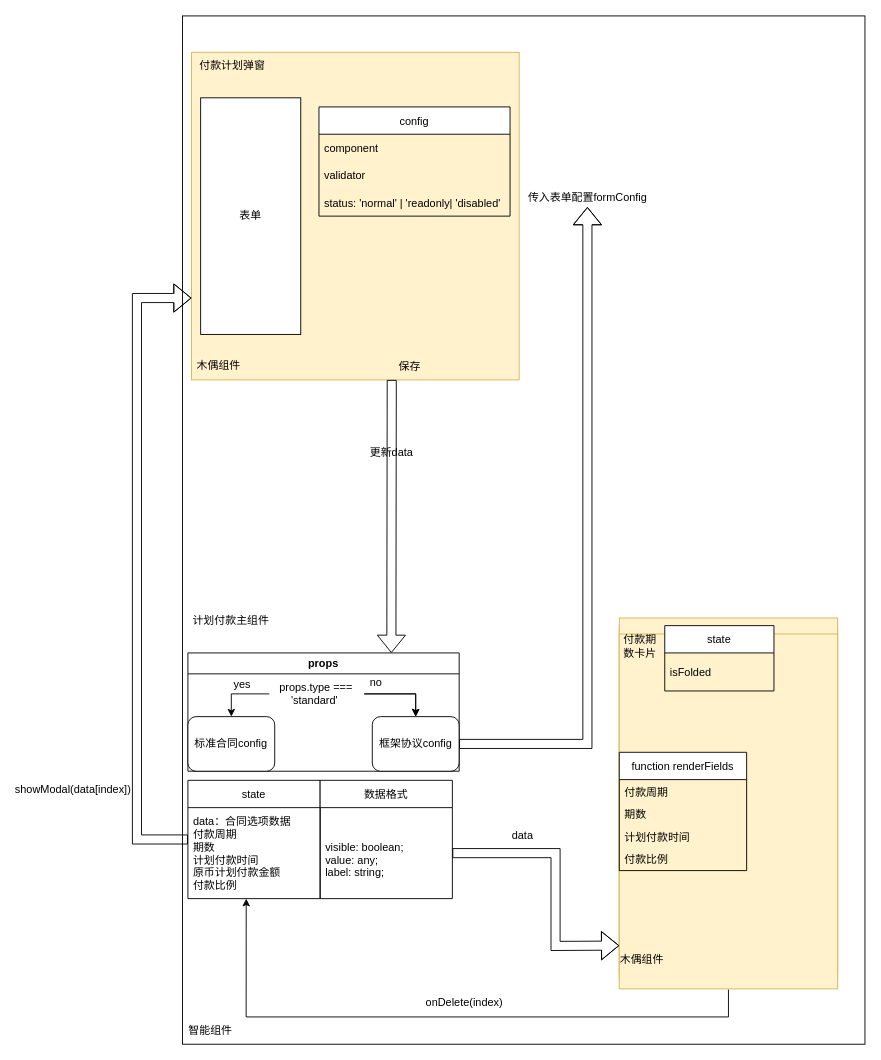
Earlier version of the draw.io diagram Untitled Diagram.drawio (littlelady2015/yctea). Source tidied: cells renumbered, new cells numbered last; positions are measured from the earlier drawing's top-left corner, leaving out a move shared by most shapes. Both pictures are drawn from the tidied source at 91%, with x=0, y=0 at pixel (46, 15).
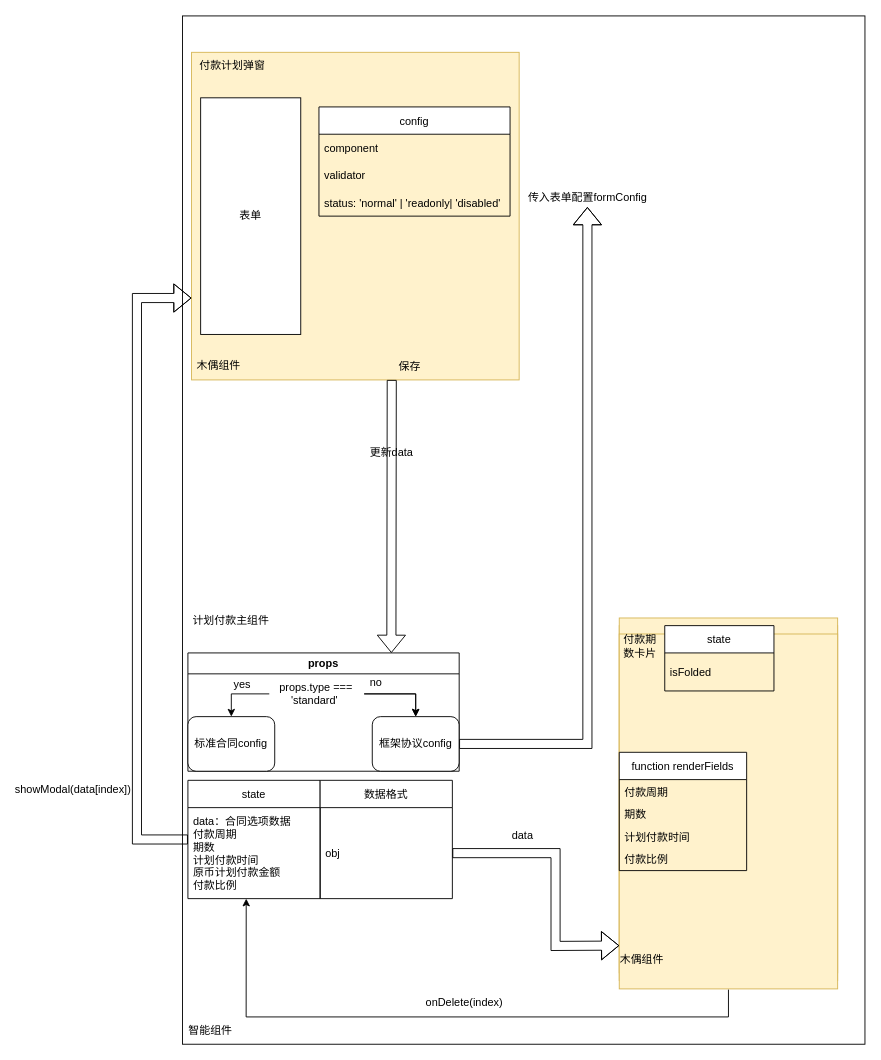
Above is the later version.

Unchanged cells that the change refers to:
```xml
<mxCell id="43" value="数据格式" style="swimlane;fontStyle=0;horizontal=1;startSize=30;" parent="1" vertex="1">
  <mxGeometry x="301.3" y="840" width="145.3" height="130" as="geometry" />
</mxCell>
```

Change to the diagram source:
```diff
@@
-    <mxCell id="2" style="rounded=0;whiteSpace=wrap;html=1;" parent="1" vertex="1">
+    <mxCell id="2" style="rounded=0;whiteSpace=wrap;html=1;fontColor=default;" parent="1" vertex="1">
       <mxGeometry x="150" width="750" height="1130" as="geometry" />
     </mxCell>
@@
-    <mxCell id="44" value="&#10;visible: boolean;&#10;value: any;&#10;label: string;" style="text;strokeColor=none;fillColor=none;align=left;verticalAlign=middle;spacingLeft=4;spacingRight=4;overflow=hidden;points=[[0,0.5],[1,0.5]];portConstraint=eastwest;" parent="43" vertex="1">
+    <mxCell id="44" value="obj" style="text;strokeColor=none;fillColor=none;align=left;verticalAlign=middle;spacingLeft=4;spacingRight=4;overflow=hidden;points=[[0,0.5],[1,0.5]];portConstraint=eastwest;fontColor=default;" parent="43" vertex="1">
       <mxGeometry y="30" width="145.3" height="100" as="geometry" />
     </mxCell>
```
